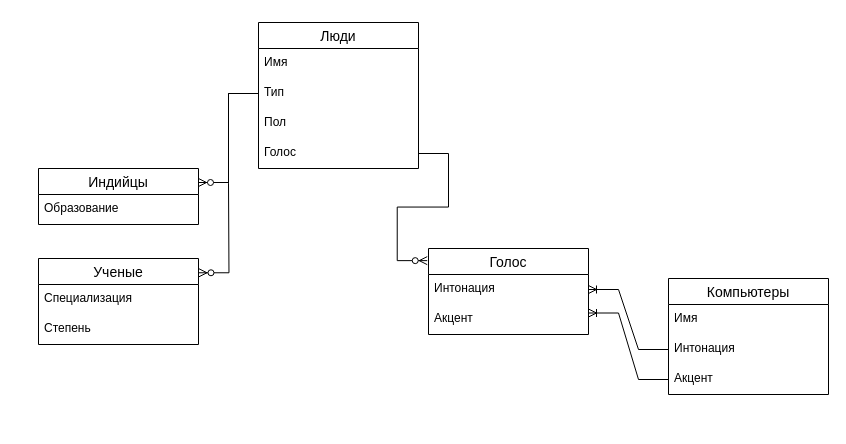
This is БД.drawio from ser535/DB-1, a draw.io file, before an edit. Source tidied: cells renumbered, new cells numbered last; positions are measured from the earlier drawing's top-left corner, leaving out a move shared by most shapes. Both pictures are drawn from the tidied source at 100%, with x=0, y=0 at pixel (38, 22).
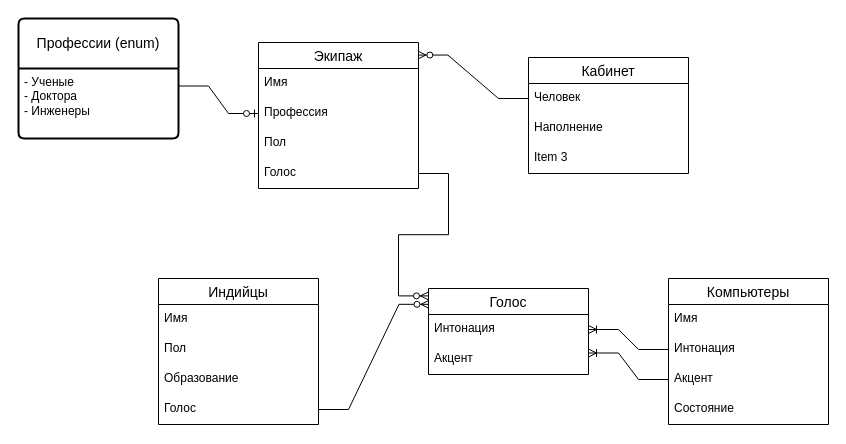
Above is the later version.

Unchanged cells that the change refers to:
```xml
<mxCell id="6" value="Голос" style="text;strokeColor=none;fillColor=none;spacingLeft=4;spacingRight=4;overflow=hidden;points=[[0,0.5],[1,0.5]];portConstraint=eastwest;fontSize=12;whiteSpace=wrap;html=1;" parent="2" vertex="1">
  <mxGeometry y="116" width="160" height="30" as="geometry" />
</mxCell>
```

The edit, as a diff of the source:
```diff
@@
-    <mxCell id="2" value="Люди" style="swimlane;fontStyle=0;horizontal=1;startSize=26;align=center;fontSize=14;" parent="1" vertex="1">
-      <mxGeometry x="220" width="160" height="146" as="geometry" />
+    <mxCell id="2" value="Экипаж" style="swimlane;fontStyle=0;horizontal=1;startSize=26;align=center;fontSize=14;" parent="1" vertex="1">
+      <mxGeometry x="220" y="20" width="160" height="146" as="geometry" />
     </mxCell>
@@
-    <mxCell id="4" value="Тип" style="text;strokeColor=none;fillColor=none;spacingLeft=4;spacingRight=4;overflow=hidden;points=[[0,0.5],[1,0.5]];portConstraint=eastwest;fontSize=12;whiteSpace=wrap;html=1;" parent="2" vertex="1">
+    <mxCell id="4" value="Профессия" style="text;strokeColor=none;fillColor=none;spacingLeft=4;spacingRight=4;overflow=hidden;points=[[0,0.5],[1,0.5]];portConstraint=eastwest;fontSize=12;whiteSpace=wrap;html=1;" parent="2" vertex="1">
       <mxGeometry y="56" width="160" height="30" as="geometry" />
     </mxCell>
@@
     <mxCell id="7" value="Компьютеры" style="swimlane;fontStyle=0;horizontal=1;startSize=26;align=center;fontSize=14;" parent="1" vertex="1">
-      <mxGeometry x="630" y="256" width="160" height="116" as="geometry" />
+      <mxGeometry x="630" y="256" width="160" height="146" as="geometry" />
     </mxCell>
@@
+    <mxCell id="24" value="Состояние" style="text;strokeColor=none;fillColor=none;spacingLeft=4;spacingRight=4;overflow=hidden;fontSize=12;whiteSpace=wrap;html=1;" parent="7" vertex="1">
+      <mxGeometry y="116" width="160" height="30" as="geometry" />
+    </mxCell>
     <mxCell id="11" value="Голос" style="swimlane;fontStyle=0;horizontal=1;startSize=26;align=center;fontSize=14;" parent="1" vertex="1">
-      <mxGeometry x="390" y="226" width="160" height="86" as="geometry" />
+      <mxGeometry x="390" y="266" width="160" height="86" as="geometry" />
     </mxCell>
@@
     <mxCell id="14" value="Индийцы" style="swimlane;fontStyle=0;horizontal=1;startSize=26;align=center;fontSize=14;" parent="1" vertex="1">
-      <mxGeometry y="146" width="160" height="56" as="geometry" />
+      <mxGeometry x="120" y="256" width="160" height="146" as="geometry" />
     </mxCell>
+    <mxCell id="25" value="Имя" style="text;strokeColor=none;fillColor=none;spacingLeft=4;spacingRight=4;overflow=hidden;fontSize=12;whiteSpace=wrap;html=1;" parent="14" vertex="1">
+      <mxGeometry y="26" width="160" height="30" as="geometry" />
+    </mxCell>
+    <mxCell id="26" value="Пол" style="text;strokeColor=none;fillColor=none;spacingLeft=4;spacingRight=4;overflow=hidden;fontSize=12;whiteSpace=wrap;html=1;" parent="14" vertex="1">
+      <mxGeometry y="56" width="160" height="30" as="geometry" />
+    </mxCell>
     <mxCell id="15" value="Образование" style="text;strokeColor=none;fillColor=none;spacingLeft=4;spacingRight=4;overflow=hidden;fontSize=12;whiteSpace=wrap;html=1;" parent="14" vertex="1">
-      <mxGeometry y="26" width="160" height="30" as="geometry" />
+      <mxGeometry y="86" width="160" height="30" as="geometry" />
     </mxCell>
+    <mxCell id="27" value="Голос" style="text;strokeColor=none;fillColor=none;spacingLeft=4;spacingRight=4;overflow=hidden;points=[[0,0.5],[1,0.5]];portConstraint=eastwest;fontSize=12;whiteSpace=wrap;html=1;" parent="14" vertex="1">
+      <mxGeometry y="116" width="160" height="30" as="geometry" />
+    </mxCell>
@@
-    <mxCell id="18" value="Ученые" style="swimlane;fontStyle=0;horizontal=1;startSize=26;align=center;fontSize=14;" parent="1" vertex="1">
-      <mxGeometry y="236" width="160" height="86" as="geometry" />
-    </mxCell>
-    <mxCell id="19" value="Специализация" style="text;strokeColor=none;fillColor=none;spacingLeft=4;spacingRight=4;overflow=hidden;fontSize=12;whiteSpace=wrap;html=1;" parent="18" vertex="1">
-      <mxGeometry y="26" width="160" height="30" as="geometry" />
-    </mxCell>
-    <mxCell id="20" value="Степень" style="text;strokeColor=none;fillColor=none;spacingLeft=4;spacingRight=4;overflow=hidden;fontSize=12;whiteSpace=wrap;html=1;" parent="18" vertex="1">
-      <mxGeometry y="56" width="160" height="30" as="geometry" />
-    </mxCell>
-    <mxCell id="21" style="edgeStyle=entityRelationEdgeStyle;fontSize=12;html=1;endArrow=ERzeroToMany;endFill=1;rounded=0;entryX=1;entryY=0.25;entryDx=0;entryDy=0;exitX=0;exitY=0.5;exitDx=0;exitDy=0;" parent="1" edge="1" source="4" target="14">
-      <mxGeometry relative="1" as="geometry" />
-    </mxCell>
-    <mxCell id="22" style="edgeStyle=entityRelationEdgeStyle;fontSize=12;html=1;endArrow=ERzeroToMany;endFill=1;rounded=0;entryX=1.003;entryY=0.166;entryDx=0;entryDy=0;exitX=0;exitY=0.5;exitDx=0;exitDy=0;entryPerimeter=0;" parent="1" edge="1" source="4" target="18">
-      <mxGeometry relative="1" as="geometry" />
-    </mxCell>
-    <mxCell id="23" style="edgeStyle=entityRelationEdgeStyle;fontSize=12;html=1;endArrow=ERzeroToMany;endFill=1;rounded=0;exitX=1;exitY=0.5;exitDx=0;exitDy=0;entryX=-0.008;entryY=0.141;entryDx=0;entryDy=0;entryPerimeter=0;" parent="1" edge="1" source="6" target="11">
+    <mxCell id="23" style="edgeStyle=entityRelationEdgeStyle;fontSize=12;html=1;endArrow=ERzeroToMany;endFill=1;rounded=0;exitX=1;exitY=0.5;exitDx=0;exitDy=0;entryX=0;entryY=0.086;entryDx=0;entryDy=0;entryPerimeter=0;" parent="1" edge="1" source="6" target="11">
       <mxGeometry relative="1" as="geometry">
         <Array as="points">
           <mxPoint x="350" y="226" />
         </Array>
       </mxGeometry>
     </mxCell>
+    <mxCell id="28" value="Профессии (enum)" style="swimlane;horizontal=1;startSize=50;rounded=1;fontSize=14;fontStyle=0;strokeWidth=2;shadow=0;dashed=0;align=center;arcSize=4;whiteSpace=wrap;html=1;" parent="1" vertex="1">
+      <mxGeometry x="-20" y="-4" width="160" height="120" as="geometry" />
+    </mxCell>
+    <mxCell id="29" value="- Ученые&lt;br&gt;- Доктора&lt;br&gt;- Инженеры&amp;nbsp;" style="align=left;strokeColor=none;fillColor=none;spacingLeft=4;fontSize=12;verticalAlign=top;html=1;" parent="28" vertex="1">
+      <mxGeometry y="50" width="160" height="70" as="geometry" />
+    </mxCell>
+    <mxCell id="30" style="edgeStyle=entityRelationEdgeStyle;fontSize=12;html=1;endArrow=ERzeroToOne;endFill=1;rounded=0;entryX=0;entryY=0.5;entryDx=0;entryDy=0;exitX=1;exitY=0.25;exitDx=0;exitDy=0;" parent="1" edge="1" source="29" target="4">
+      <mxGeometry relative="1" as="geometry" />
+    </mxCell>
+    <mxCell id="31" style="edgeStyle=entityRelationEdgeStyle;fontSize=12;html=1;endArrow=ERzeroToMany;endFill=1;rounded=0;exitX=1;exitY=0.5;exitDx=0;exitDy=0;entryX=0.003;entryY=0.184;entryDx=0;entryDy=0;entryPerimeter=0;" parent="1" edge="1" source="27" target="11">
+      <mxGeometry relative="1" as="geometry">
+        <Array as="points">
+          <mxPoint x="250.5" y="271.8" />
+        </Array>
+      </mxGeometry>
+    </mxCell>
+    <mxCell id="32" value="Кабинет" style="swimlane;fontStyle=0;horizontal=1;startSize=26;align=center;fontSize=14;" parent="1" vertex="1">
+      <mxGeometry x="490" y="35" width="160" height="116" as="geometry" />
+    </mxCell>
+    <mxCell id="33" value="Человек" style="text;strokeColor=none;fillColor=none;spacingLeft=4;spacingRight=4;overflow=hidden;points=[[0,0.5],[1,0.5]];portConstraint=eastwest;fontSize=12;whiteSpace=wrap;html=1;" parent="32" vertex="1">
+      <mxGeometry y="26" width="160" height="30" as="geometry" />
+    </mxCell>
+    <mxCell id="34" value="Наполнение" style="text;strokeColor=none;fillColor=none;spacingLeft=4;spacingRight=4;overflow=hidden;fontSize=12;whiteSpace=wrap;html=1;" parent="32" vertex="1">
+      <mxGeometry y="56" width="160" height="30" as="geometry" />
+    </mxCell>
+    <mxCell id="35" value="Item 3" style="text;strokeColor=none;fillColor=none;spacingLeft=4;spacingRight=4;overflow=hidden;fontSize=12;whiteSpace=wrap;html=1;" parent="32" vertex="1">
+      <mxGeometry y="86" width="160" height="30" as="geometry" />
+    </mxCell>
+    <mxCell id="36" style="edgeStyle=entityRelationEdgeStyle;fontSize=12;html=1;endArrow=ERzeroToMany;endFill=1;rounded=0;entryX=0.996;entryY=0.086;entryDx=0;entryDy=0;entryPerimeter=0;exitX=0;exitY=0.5;exitDx=0;exitDy=0;" parent="1" edge="1" source="33" target="2">
+      <mxGeometry relative="1" as="geometry" />
+    </mxCell>
```
